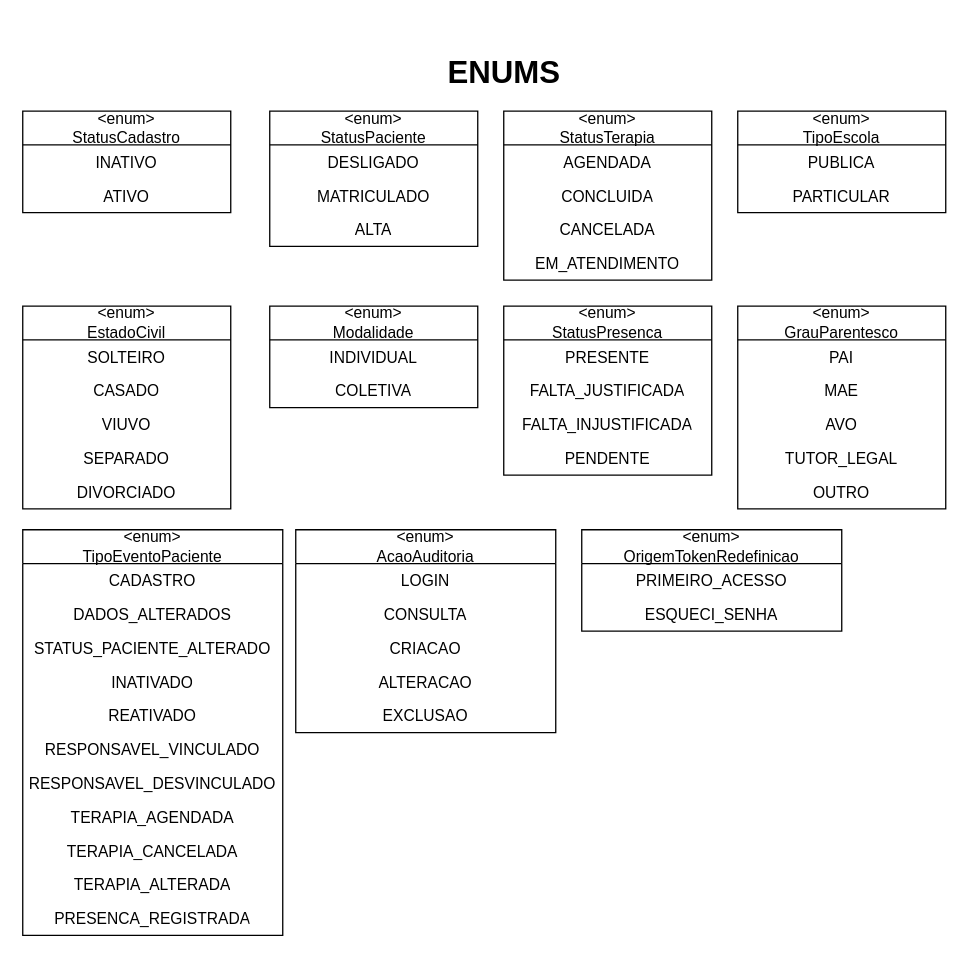
EduardoFProenca/GISA_Front keeps this draw.io diagram as page "Página-2" (2 of 2) of docs/diagramas/ClasseAPAE.drawio. Above is the earlier version. Source tidied: cells renumbered, new cells numbered last; positions are measured from the earlier drawing's top-left corner, leaving out a move shared by most shapes. Both pictures are drawn from the tidied source at 130%, with x=0, y=0 at pixel (22, 22).
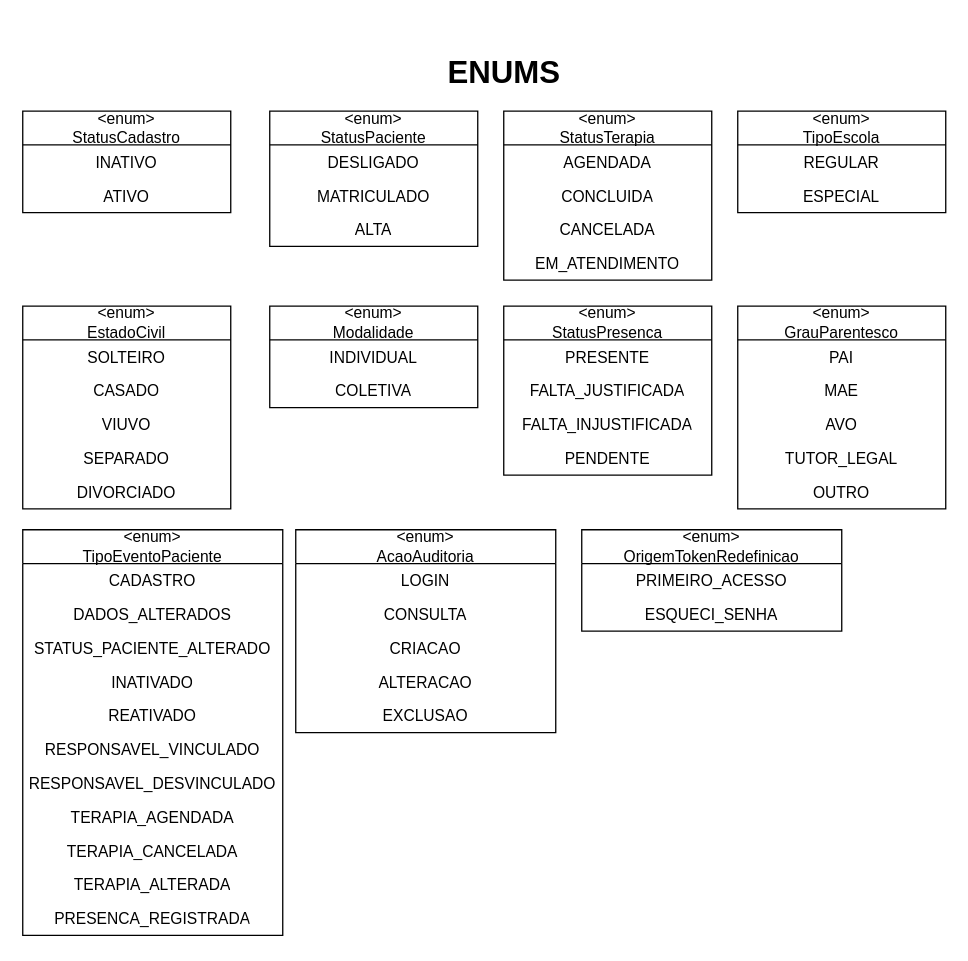
After the change.

The change refers to these unchanged cells:
```xml
<mxCell id="29" value="&lt;div&gt;&amp;lt;enum&amp;gt;&lt;/div&gt;TipoEscola" style="swimlane;fontStyle=0;horizontal=1;startSize=26;fillColor=none;whiteSpace=wrap;html=1;strokeColor=#000000;fontFamily=JetBrains Mono;fontSize=12;fontColor=#000000;" parent="1" vertex="1">
  <mxGeometry x="550" y="68" width="160" height="78" as="geometry" />
</mxCell>
```

Diff of the diagram source:
```diff
@@
-    <mxCell id="30" value="PUBLICA" style="text;strokeColor=none;fillColor=none;align=center;verticalAlign=top;spacingLeft=4;spacingRight=4;overflow=hidden;whiteSpace=wrap;html=1;fontFamily=JetBrains Mono;fontSize=12;fontColor=#000000;" parent="29" vertex="1">
+    <mxCell id="30" value="REGULAR" style="text;strokeColor=none;fillColor=none;align=center;verticalAlign=top;spacingLeft=4;spacingRight=4;overflow=hidden;whiteSpace=wrap;html=1;fontFamily=JetBrains Mono;fontSize=12;fontColor=#000000;" parent="29" vertex="1">
       <mxGeometry y="26" width="160" height="26" as="geometry" />
     </mxCell>
-    <mxCell id="31" value="PARTICULAR" style="text;strokeColor=none;fillColor=none;align=center;verticalAlign=top;spacingLeft=4;spacingRight=4;overflow=hidden;whiteSpace=wrap;html=1;fontFamily=JetBrains Mono;fontSize=12;fontColor=#000000;" parent="29" vertex="1">
+    <mxCell id="31" value="ESPECIAL" style="text;strokeColor=none;fillColor=none;align=center;verticalAlign=top;spacingLeft=4;spacingRight=4;overflow=hidden;whiteSpace=wrap;html=1;fontFamily=JetBrains Mono;fontSize=12;fontColor=#000000;" parent="29" vertex="1">
       <mxGeometry y="52" width="160" height="26" as="geometry" />
     </mxCell>
```
